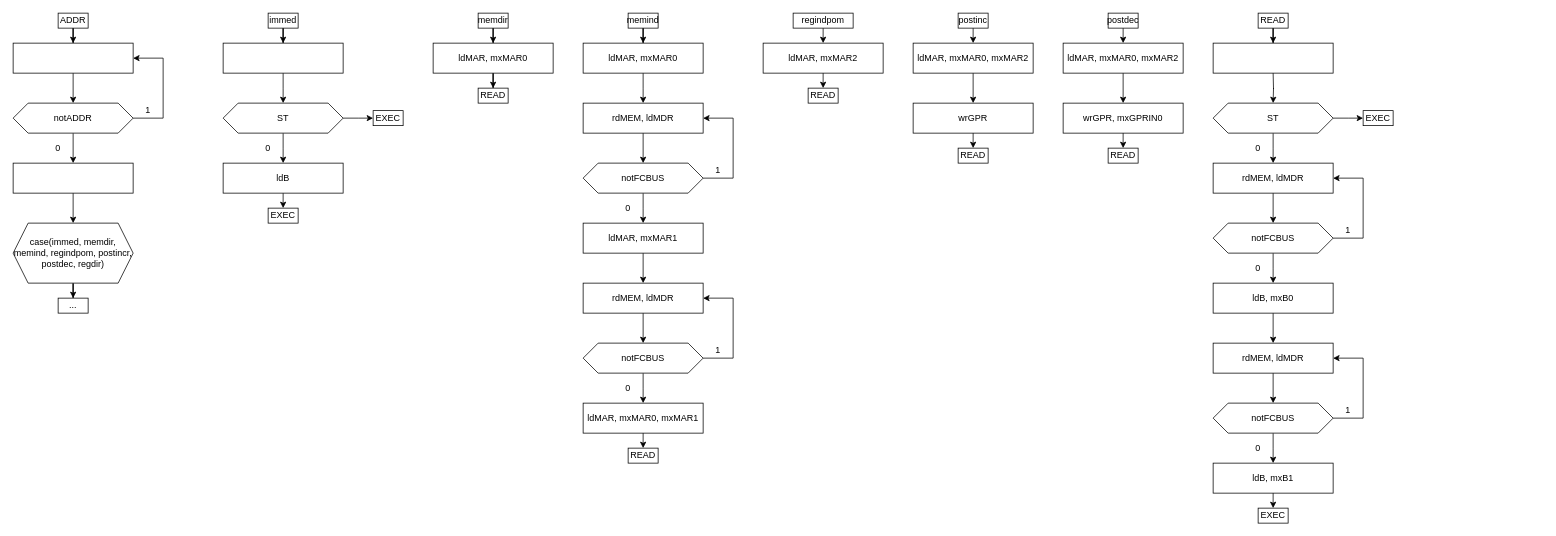
Above: page "ADDR" (2 of 4) of Dijagram.drawio in KockaAdmiralac/ORT2 (draw.io), before the change. Source tidied: cells renumbered, new cells numbered last; positions are measured from the earlier drawing's top-left corner, leaving out a move shared by most shapes. Both pictures are drawn from the tidied source at 75%, with x=0, y=0 at pixel (13, 13).
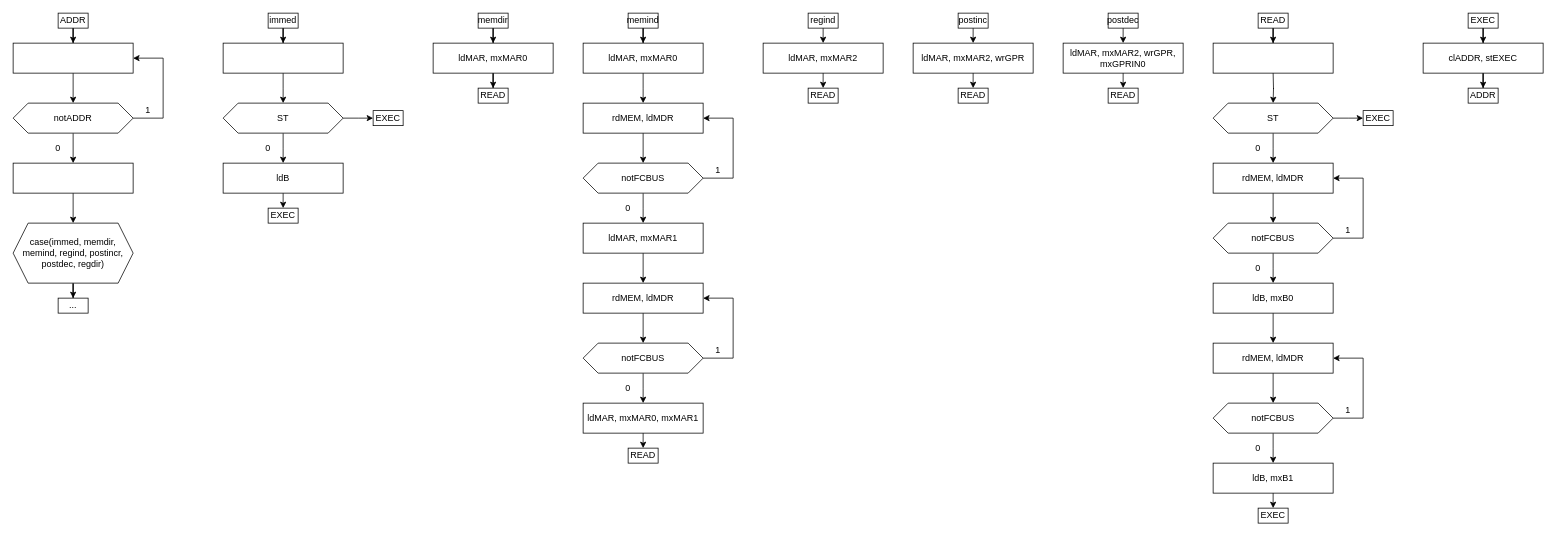
The same page after the edit.

Commit message (it also covers changes not shown here):
ADDR diagram fixes.

What changed in the source:
```diff
@@
-    <mxCell id="14" value="case(immed, memdir, memind, regindpom, postincr, postdec, regdir)" style="shape=hexagon;perimeter=hexagonPerimeter2;whiteSpace=wrap;html=1;fixedSize=1;" parent="1" vertex="1">
+    <mxCell id="14" value="case(immed, memdir, memind, regind, postincr, postdec, regdir)" style="shape=hexagon;perimeter=hexagonPerimeter2;whiteSpace=wrap;html=1;fixedSize=1;" parent="1" vertex="1">
       <mxGeometry y="280" width="160" height="80" as="geometry" />
     </mxCell>
@@
-    <mxCell id="57" value="regindpom" style="rounded=0;whiteSpace=wrap;html=1;" parent="1" vertex="1">
-      <mxGeometry x="1040" width="80" height="20" as="geometry" />
+    <mxCell id="57" value="regind" style="rounded=0;whiteSpace=wrap;html=1;" parent="1" vertex="1">
+      <mxGeometry x="1060" width="40" height="20" as="geometry" />
     </mxCell>
@@
-    <mxCell id="63" style="edgeStyle=orthogonalEdgeStyle;rounded=0;jettySize=auto;html=1;entryX=0.5;entryY=0;entryDx=0;entryDy=0;" parent="1" edge="1" source="64" target="65">
-      <mxGeometry relative="1" as="geometry" />
-    </mxCell>
-    <mxCell id="64" value="ldMAR, mxMAR0, mxMAR2" style="rounded=0;whiteSpace=wrap;html=1;" parent="1" vertex="1">
+    <mxCell id="64" value="ldMAR, mxMAR2, wrGPR" style="rounded=0;whiteSpace=wrap;html=1;" parent="1" vertex="1">
       <mxGeometry x="1200" y="40" width="160" height="40" as="geometry" />
     </mxCell>
-    <mxCell id="65" value="wrGPR" style="rounded=0;whiteSpace=wrap;html=1;" parent="1" vertex="1">
-      <mxGeometry x="1200" y="120" width="160" height="40" as="geometry" />
-    </mxCell>
     <mxCell id="66" style="edgeStyle=orthogonalEdgeStyle;rounded=0;jettySize=auto;html=1;entryX=0.5;entryY=0;entryDx=0;entryDy=0;" parent="1" edge="1" target="67">
       <mxGeometry relative="1" as="geometry">
-        <mxPoint x="1280" y="160" as="sourcePoint" />
+        <mxPoint x="1280" y="80" as="sourcePoint" />
       </mxGeometry>
     </mxCell>
     <mxCell id="67" value="READ" style="rounded=0;whiteSpace=wrap;html=1;" parent="1" vertex="1">
-      <mxGeometry x="1260" y="180" width="40" height="20" as="geometry" />
+      <mxGeometry x="1260" y="100" width="40" height="20" as="geometry" />
     </mxCell>
@@
-    <mxCell id="70" style="edgeStyle=orthogonalEdgeStyle;rounded=0;jettySize=auto;html=1;entryX=0.5;entryY=0;entryDx=0;entryDy=0;" parent="1" edge="1" source="71" target="72">
-      <mxGeometry relative="1" as="geometry" />
-    </mxCell>
-    <mxCell id="71" value="ldMAR, mxMAR0, mxMAR2" style="rounded=0;whiteSpace=wrap;html=1;" parent="1" vertex="1">
+    <mxCell id="71" value="ldMAR, mxMAR2, wrGPR, mxGPRIN0" style="rounded=0;whiteSpace=wrap;html=1;" parent="1" vertex="1">
       <mxGeometry x="1400" y="40" width="160" height="40" as="geometry" />
     </mxCell>
-    <mxCell id="72" value="wrGPR, mxGPRIN0" style="rounded=0;whiteSpace=wrap;html=1;" parent="1" vertex="1">
-      <mxGeometry x="1400" y="120" width="160" height="40" as="geometry" />
-    </mxCell>
     <mxCell id="73" style="edgeStyle=orthogonalEdgeStyle;rounded=0;jettySize=auto;html=1;entryX=0.5;entryY=0;entryDx=0;entryDy=0;" parent="1" edge="1" target="74">
       <mxGeometry relative="1" as="geometry">
-        <mxPoint x="1480" y="160" as="sourcePoint" />
+        <mxPoint x="1480" y="80" as="sourcePoint" />
       </mxGeometry>
     </mxCell>
     <mxCell id="74" value="READ" style="rounded=0;whiteSpace=wrap;html=1;" parent="1" vertex="1">
-      <mxGeometry x="1460" y="180" width="40" height="20" as="geometry" />
+      <mxGeometry x="1460" y="100" width="40" height="20" as="geometry" />
     </mxCell>
@@
+    <mxCell id="103" style="edgeStyle=orthogonalEdgeStyle;rounded=0;jettySize=auto;html=1;entryX=0.5;entryY=0;entryDx=0;entryDy=0;" parent="1" edge="1" source="104" target="106">
+      <mxGeometry relative="1" as="geometry" />
+    </mxCell>
+    <mxCell id="104" value="EXEC" style="rounded=0;whiteSpace=wrap;html=1;" parent="1" vertex="1">
+      <mxGeometry x="1940" width="40" height="20" as="geometry" />
+    </mxCell>
+    <mxCell id="105" style="edgeStyle=orthogonalEdgeStyle;rounded=0;jettySize=auto;html=1;entryX=0.5;entryY=0;entryDx=0;entryDy=0;" parent="1" edge="1" source="106" target="107">
+      <mxGeometry relative="1" as="geometry" />
+    </mxCell>
+    <mxCell id="106" value="clADDR, stEXEC" style="rounded=0;whiteSpace=wrap;html=1;" parent="1" vertex="1">
+      <mxGeometry x="1880" y="40" width="160" height="40" as="geometry" />
+    </mxCell>
+    <mxCell id="107" value="ADDR" style="rounded=0;whiteSpace=wrap;html=1;" parent="1" vertex="1">
+      <mxGeometry x="1940" y="100" width="40" height="20" as="geometry" />
+    </mxCell>
```
